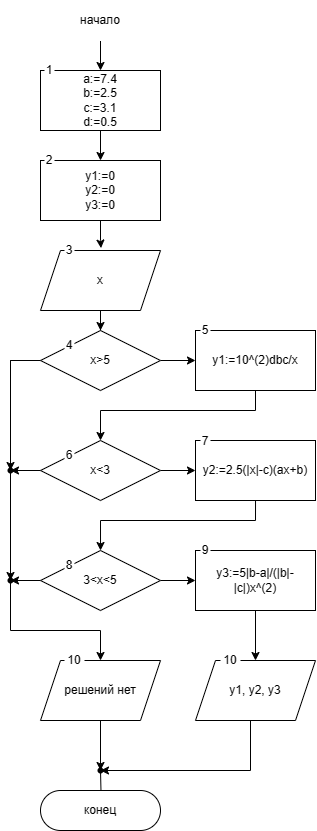
Earlier version of the draw.io export Диаграмма без названия.drawio.png (H33MP/rsue). Source tidied: cells renumbered, new cells last; positions are measured from the earlier drawing's top-left corner, leaving out a move shared by most shapes.
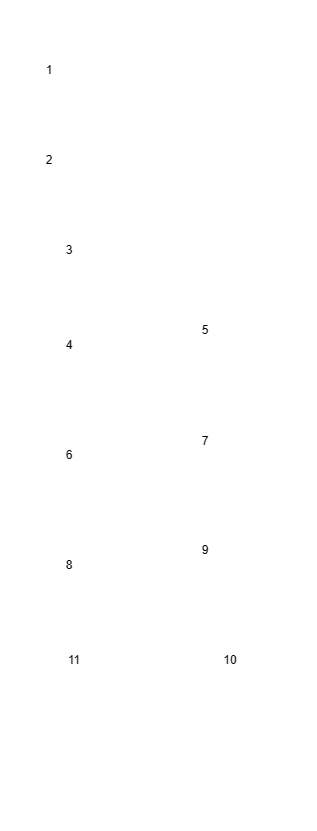
Above is the later version.

What changed in the source:
```diff
@@ -2,28 +2,28 @@
   <root>
     <mxCell id="0" />
     <mxCell id="1" parent="0" />
-    <mxCell id="2" style="edgeStyle=orthogonalEdgeStyle;rounded=0;jettySize=auto;html=1;" parent="1" edge="1" source="3" target="5">
+    <mxCell id="2" style="edgeStyle=orthogonalEdgeStyle;rounded=0;jettySize=auto;html=1;strokeColor=#FFFFFF;" parent="1" edge="1" source="3" target="5">
       <mxGeometry relative="1" as="geometry" />
     </mxCell>
-    <mxCell id="3" value="начало" style="rounded=1;whiteSpace=wrap;html=1;arcSize=50;strokeColor=#FFFFFF;fillColor=none;" parent="1" vertex="1">
+    <mxCell id="3" value="начало" style="rounded=1;whiteSpace=wrap;html=1;arcSize=50;strokeColor=#FFFFFF;fillColor=none;fontColor=#FFFFFF;" parent="1" vertex="1">
       <mxGeometry x="40" width="120" height="40" as="geometry" />
     </mxCell>
-    <mxCell id="4" style="edgeStyle=orthogonalEdgeStyle;rounded=0;jettySize=auto;html=1;" parent="1" edge="1" source="5" target="35">
+    <mxCell id="4" style="edgeStyle=orthogonalEdgeStyle;rounded=0;jettySize=auto;html=1;strokeColor=#FFFFFF;" parent="1" edge="1" source="5" target="35">
       <mxGeometry relative="1" as="geometry" />
     </mxCell>
-    <mxCell id="5" value="&lt;font style=&quot;font-size: 12px;&quot;&gt;a:=7.4&lt;br style=&quot;&quot;&gt;b:=2.5&lt;br style=&quot;&quot;&gt;c:=3.1&lt;br style=&quot;&quot;&gt;d:=0.5&lt;/font&gt;" style="rounded=0;whiteSpace=wrap;html=1;fontSize=9;perimeterSpacing=0;shadow=0;glass=0;" parent="1" vertex="1">
+    <mxCell id="5" value="&lt;font style=&quot;font-size: 12px;&quot;&gt;a:=7.4&lt;br style=&quot;&quot;&gt;b:=2.5&lt;br style=&quot;&quot;&gt;c:=3.1&lt;br style=&quot;&quot;&gt;d:=0.5&lt;/font&gt;" style="rounded=0;whiteSpace=wrap;html=1;fontSize=9;perimeterSpacing=0;shadow=0;glass=0;strokeColor=#FFFFFF;fillColor=none;fontColor=#FFFFFF;" parent="1" vertex="1">
       <mxGeometry x="40" y="70" width="120" height="60" as="geometry" />
     </mxCell>
-    <mxCell id="6" style="edgeStyle=orthogonalEdgeStyle;rounded=0;jettySize=auto;html=1;" parent="1" edge="1" source="7" target="10">
+    <mxCell id="6" style="edgeStyle=orthogonalEdgeStyle;rounded=0;jettySize=auto;html=1;strokeColor=#FFFFFF;" parent="1" edge="1" source="7" target="10">
       <mxGeometry relative="1" as="geometry" />
     </mxCell>
-    <mxCell id="7" value="x" style="shape=parallelogram;perimeter=parallelogramPerimeter;whiteSpace=wrap;html=1;fixedSize=1;" parent="1" vertex="1">
+    <mxCell id="7" value="x" style="shape=parallelogram;perimeter=parallelogramPerimeter;whiteSpace=wrap;html=1;fixedSize=1;strokeColor=#FFFFFF;fillColor=none;fontColor=#FFFFFF;" parent="1" vertex="1">
       <mxGeometry x="40" y="250" width="120" height="60" as="geometry" />
     </mxCell>
-    <mxCell id="8" style="edgeStyle=orthogonalEdgeStyle;rounded=0;jettySize=auto;html=1;" parent="1" edge="1" source="10" target="12">
+    <mxCell id="8" style="edgeStyle=orthogonalEdgeStyle;rounded=0;jettySize=auto;html=1;strokeColor=#FFFFFF;" parent="1" edge="1" source="10" target="12">
       <mxGeometry relative="1" as="geometry" />
     </mxCell>
-    <mxCell id="9" style="edgeStyle=orthogonalEdgeStyle;rounded=0;jettySize=auto;html=1;entryX=0.5;entryY=0;entryDx=0;entryDy=0;" parent="1" edge="1" source="30" target="26">
+    <mxCell id="9" style="edgeStyle=orthogonalEdgeStyle;rounded=0;jettySize=auto;html=1;entryX=0.5;entryY=0;entryDx=0;entryDy=0;strokeColor=#FFFFFF;" parent="1" edge="1" source="30" target="26">
       <mxGeometry relative="1" as="geometry">
         <Array as="points">
           <mxPoint x="10" y="360" />
@@ -32,10 +32,10 @@
         </Array>
       </mxGeometry>
     </mxCell>
-    <mxCell id="10" value="x&amp;gt;5" style="rhombus;whiteSpace=wrap;html=1;" parent="1" vertex="1">
+    <mxCell id="10" value="x&amp;gt;5" style="rhombus;whiteSpace=wrap;html=1;strokeColor=#FFFFFF;fillColor=none;fontColor=#FFFFFF;" parent="1" vertex="1">
       <mxGeometry x="40" y="330" width="120" height="60" as="geometry" />
     </mxCell>
-    <mxCell id="11" style="edgeStyle=orthogonalEdgeStyle;rounded=0;jettySize=auto;html=1;entryX=0.5;entryY=0;entryDx=0;entryDy=0;" parent="1" edge="1" source="12" target="15">
+    <mxCell id="11" style="edgeStyle=orthogonalEdgeStyle;rounded=0;jettySize=auto;html=1;entryX=0.5;entryY=0;entryDx=0;entryDy=0;strokeColor=#FFFFFF;" parent="1" edge="1" source="12" target="15">
       <mxGeometry relative="1" as="geometry">
         <Array as="points">
           <mxPoint x="255" y="410" />
@@ -43,37 +43,37 @@
         </Array>
       </mxGeometry>
     </mxCell>
-    <mxCell id="12" value="y1:=10^(2)dbc/x" style="rounded=0;whiteSpace=wrap;html=1;" parent="1" vertex="1">
+    <mxCell id="12" value="y1:=10^(2)dbc/x" style="rounded=0;whiteSpace=wrap;html=1;strokeColor=#FFFFFF;fillColor=none;fontColor=#FFFFFF;" parent="1" vertex="1">
       <mxGeometry x="195" y="330" width="120" height="60" as="geometry" />
     </mxCell>
-    <mxCell id="13" style="edgeStyle=orthogonalEdgeStyle;rounded=0;jettySize=auto;html=1;" parent="1" edge="1" source="15" target="16">
+    <mxCell id="13" style="edgeStyle=orthogonalEdgeStyle;rounded=0;jettySize=auto;html=1;strokeColor=#FFFFFF;" parent="1" edge="1" source="15" target="16">
       <mxGeometry relative="1" as="geometry" />
     </mxCell>
-    <mxCell id="14" style="edgeStyle=orthogonalEdgeStyle;rounded=0;jettySize=auto;html=1;" parent="1" edge="1" source="15" target="28">
+    <mxCell id="14" style="edgeStyle=orthogonalEdgeStyle;rounded=0;jettySize=auto;html=1;strokeColor=#FFFFFF;" parent="1" edge="1" source="15" target="28">
       <mxGeometry relative="1" as="geometry" />
     </mxCell>
-    <mxCell id="15" value="x&amp;lt;3" style="rhombus;whiteSpace=wrap;html=1;" parent="1" vertex="1">
+    <mxCell id="15" value="x&amp;lt;3" style="rhombus;whiteSpace=wrap;html=1;strokeColor=#FFFFFF;fillColor=none;fontColor=#FFFFFF;" parent="1" vertex="1">
       <mxGeometry x="40" y="440" width="120" height="60" as="geometry" />
     </mxCell>
-    <mxCell id="16" value="y2:=2.5(|x|-c)(ax+b)" style="rounded=0;whiteSpace=wrap;html=1;" parent="1" vertex="1">
+    <mxCell id="16" value="y2:=2.5(|x|-c)(ax+b)" style="rounded=0;whiteSpace=wrap;html=1;strokeColor=#FFFFFF;fillColor=none;fontColor=#FFFFFF;" parent="1" vertex="1">
       <mxGeometry x="195" y="440" width="120" height="60" as="geometry" />
     </mxCell>
-    <mxCell id="17" style="edgeStyle=orthogonalEdgeStyle;rounded=0;jettySize=auto;html=1;" parent="1" edge="1" source="19" target="21">
+    <mxCell id="17" style="edgeStyle=orthogonalEdgeStyle;rounded=0;jettySize=auto;html=1;strokeColor=#FFFFFF;" parent="1" edge="1" source="19" target="21">
       <mxGeometry relative="1" as="geometry" />
     </mxCell>
-    <mxCell id="18" style="edgeStyle=orthogonalEdgeStyle;rounded=0;jettySize=auto;html=1;" parent="1" edge="1" source="19" target="30">
+    <mxCell id="18" style="edgeStyle=orthogonalEdgeStyle;rounded=0;jettySize=auto;html=1;strokeColor=#FFFFFF;" parent="1" edge="1" source="19" target="30">
       <mxGeometry relative="1" as="geometry" />
     </mxCell>
-    <mxCell id="19" value="3&amp;lt;x&amp;lt;5" style="rhombus;whiteSpace=wrap;html=1;" parent="1" vertex="1">
+    <mxCell id="19" value="3&amp;lt;x&amp;lt;5" style="rhombus;whiteSpace=wrap;html=1;strokeColor=#FFFFFF;fillColor=none;fontColor=#FFFFFF;" parent="1" vertex="1">
       <mxGeometry x="40" y="550" width="120" height="60" as="geometry" />
     </mxCell>
-    <mxCell id="20" style="edgeStyle=orthogonalEdgeStyle;rounded=0;jettySize=auto;html=1;" parent="1" edge="1" source="21" target="24">
+    <mxCell id="20" style="edgeStyle=orthogonalEdgeStyle;rounded=0;jettySize=auto;html=1;strokeColor=#FFFFFF;" parent="1" edge="1" source="21" target="24">
       <mxGeometry relative="1" as="geometry" />
     </mxCell>
-    <mxCell id="21" value="y3:=5|b-a|/(|b|-|c|)x^(2)" style="rounded=0;whiteSpace=wrap;html=1;" parent="1" vertex="1">
+    <mxCell id="21" value="y3:=5|b-a|/(|b|-|c|)x^(2)" style="rounded=0;whiteSpace=wrap;html=1;strokeColor=#FFFFFF;fillColor=none;fontColor=#FFFFFF;" parent="1" vertex="1">
       <mxGeometry x="195" y="550" width="120" height="60" as="geometry" />
     </mxCell>
-    <mxCell id="22" style="edgeStyle=orthogonalEdgeStyle;rounded=0;orthogonalLoop=1;jettySize=auto;html=1;entryX=0.5;entryY=0;entryDx=0;entryDy=0;" parent="1" edge="1">
+    <mxCell id="22" style="edgeStyle=orthogonalEdgeStyle;rounded=0;orthogonalLoop=1;jettySize=auto;html=1;entryX=0.5;entryY=0;entryDx=0;entryDy=0;strokeColor=#FFFFFF;" parent="1" edge="1">
       <mxGeometry relative="1" as="geometry">
         <mxPoint x="255" y="500" as="sourcePoint" />
         <mxPoint x="100" y="550" as="targetPoint" />
@@ -83,88 +83,88 @@
         </Array>
       </mxGeometry>
     </mxCell>
-    <mxCell id="23" style="edgeStyle=orthogonalEdgeStyle;rounded=0;jettySize=auto;html=1;" parent="1" edge="1" source="24" target="33">
+    <mxCell id="23" style="edgeStyle=orthogonalEdgeStyle;rounded=0;jettySize=auto;html=1;strokeColor=#FFFFFF;" parent="1" edge="1" source="24" target="33">
       <mxGeometry relative="1" as="geometry">
         <Array as="points">
           <mxPoint x="250" y="770" />
         </Array>
       </mxGeometry>
     </mxCell>
-    <mxCell id="24" value="y1, y2, y3" style="shape=parallelogram;perimeter=parallelogramPerimeter;whiteSpace=wrap;html=1;fixedSize=1;" parent="1" vertex="1">
+    <mxCell id="24" value="y1, y2, y3" style="shape=parallelogram;perimeter=parallelogramPerimeter;whiteSpace=wrap;html=1;fixedSize=1;strokeColor=#FFFFFF;fillColor=none;fontColor=#FFFFFF;" parent="1" vertex="1">
       <mxGeometry x="195" y="660" width="120" height="60" as="geometry" />
     </mxCell>
-    <mxCell id="25" style="edgeStyle=orthogonalEdgeStyle;rounded=0;jettySize=auto;html=1;" parent="1" edge="1" target="31">
+    <mxCell id="25" style="edgeStyle=orthogonalEdgeStyle;rounded=0;jettySize=auto;html=1;strokeColor=#FFFFFF;" parent="1" edge="1" target="31">
       <mxGeometry relative="1" as="geometry">
         <mxPoint x="100" y="770" as="sourcePoint" />
       </mxGeometry>
     </mxCell>
-    <mxCell id="26" value="решений нет" style="shape=parallelogram;perimeter=parallelogramPerimeter;whiteSpace=wrap;html=1;fixedSize=1;" parent="1" vertex="1">
+    <mxCell id="26" value="решений нет" style="shape=parallelogram;perimeter=parallelogramPerimeter;whiteSpace=wrap;html=1;fixedSize=1;strokeColor=#FFFFFF;fillColor=none;fontColor=#FFFFFF;" parent="1" vertex="1">
       <mxGeometry x="40" y="660" width="120" height="60" as="geometry" />
     </mxCell>
-    <mxCell id="27" style="edgeStyle=orthogonalEdgeStyle;rounded=0;jettySize=auto;html=1;entryDx=0;entryDy=0;" parent="1" edge="1" source="10" target="28">
+    <mxCell id="27" style="edgeStyle=orthogonalEdgeStyle;rounded=0;jettySize=auto;html=1;entryDx=0;entryDy=0;strokeColor=#FFFFFF;" parent="1" edge="1" source="10" target="28">
       <mxGeometry relative="1" as="geometry" />
     </mxCell>
-    <mxCell id="28" style="shape=waypoint;sketch=0;size=6;points=[];fillColor=default;perimeter=centerPerimeter;snapToPoint=1;" parent="1" vertex="1">
+    <mxCell id="28" style="shape=waypoint;sketch=0;size=6;points=[];fillColor=default;perimeter=centerPerimeter;snapToPoint=1;strokeColor=#FFFFFF;" parent="1" vertex="1">
       <mxGeometry y="460" width="20" height="20" as="geometry" />
     </mxCell>
-    <mxCell id="29" style="edgeStyle=orthogonalEdgeStyle;rounded=0;jettySize=auto;html=1;entryDx=0;entryDy=0;" parent="1" edge="1" source="28" target="30">
+    <mxCell id="29" style="edgeStyle=orthogonalEdgeStyle;rounded=0;jettySize=auto;html=1;entryDx=0;entryDy=0;strokeColor=#FFFFFF;" parent="1" edge="1" source="28" target="30">
       <mxGeometry relative="1" as="geometry" />
     </mxCell>
-    <mxCell id="30" style="shape=waypoint;sketch=0;size=6;points=[];fillColor=default;perimeter=centerPerimeter;snapToPoint=1;" parent="1" vertex="1">
+    <mxCell id="30" style="shape=waypoint;sketch=0;size=6;points=[];fillColor=default;perimeter=centerPerimeter;snapToPoint=1;strokeColor=#FFFFFF;" parent="1" vertex="1">
       <mxGeometry y="570" width="20" height="20" as="geometry" />
     </mxCell>
-    <mxCell id="31" value="конец" style="rounded=1;whiteSpace=wrap;html=1;arcSize=50;" parent="1" vertex="1">
+    <mxCell id="31" value="конец" style="rounded=1;whiteSpace=wrap;html=1;arcSize=50;strokeColor=#FFFFFF;fillColor=none;fontColor=#FFFFFF;" parent="1" vertex="1">
       <mxGeometry x="40" y="790" width="120" height="40" as="geometry" />
     </mxCell>
-    <mxCell id="32" style="edgeStyle=orthogonalEdgeStyle;rounded=0;orthogonalLoop=1;jettySize=auto;html=1;exitX=0.539;exitY=-0.108;exitDx=0;exitDy=0;exitPerimeter=0;" parent="1" edge="1">
+    <mxCell id="32" style="edgeStyle=orthogonalEdgeStyle;rounded=0;orthogonalLoop=1;jettySize=auto;html=1;exitX=0.539;exitY=-0.108;exitDx=0;exitDy=0;exitPerimeter=0;strokeColor=#FFFFFF;" parent="1" edge="1">
       <mxGeometry relative="1" as="geometry">
         <mxPoint x="100" y="770" as="sourcePoint" />
         <mxPoint x="100" y="770" as="targetPoint" />
       </mxGeometry>
     </mxCell>
-    <mxCell id="33" style="shape=waypoint;sketch=0;size=6;points=[];fillColor=default;perimeter=centerPerimeter;snapToPoint=1;" parent="1" vertex="1">
+    <mxCell id="33" style="shape=waypoint;sketch=0;size=6;points=[];fillColor=default;perimeter=centerPerimeter;snapToPoint=1;strokeColor=#FFFFFF;" parent="1" vertex="1">
       <mxGeometry x="90" y="760" width="20" height="20" as="geometry" />
     </mxCell>
-    <mxCell id="34" style="edgeStyle=orthogonalEdgeStyle;rounded=0;jettySize=auto;html=1;entryX=0.582;entryY=0.125;entryDx=0;entryDy=0;entryPerimeter=0;" parent="1" edge="1" source="26" target="33">
+    <mxCell id="34" style="edgeStyle=orthogonalEdgeStyle;rounded=0;jettySize=auto;html=1;entryX=0.582;entryY=0.125;entryDx=0;entryDy=0;entryPerimeter=0;strokeColor=#FFFFFF;" parent="1" edge="1" source="26" target="33">
       <mxGeometry relative="1" as="geometry" />
     </mxCell>
-    <mxCell id="35" value="y1:=0&lt;br&gt;y2:=0&lt;br&gt;y3:=0" style="rounded=0;whiteSpace=wrap;html=1;" parent="1" vertex="1">
+    <mxCell id="35" value="y1:=0&lt;br&gt;y2:=0&lt;br&gt;y3:=0" style="rounded=0;whiteSpace=wrap;html=1;strokeColor=#FFFFFF;fillColor=none;fontColor=#FFFFFF;" parent="1" vertex="1">
       <mxGeometry x="40" y="160" width="120" height="60" as="geometry" />
     </mxCell>
-    <mxCell id="36" style="edgeStyle=orthogonalEdgeStyle;rounded=0;jettySize=auto;html=1;entryX=0.504;entryY=-0.04;entryDx=0;entryDy=0;entryPerimeter=0;" parent="1" edge="1" source="35" target="7">
+    <mxCell id="36" style="edgeStyle=orthogonalEdgeStyle;rounded=0;jettySize=auto;html=1;entryX=0.504;entryY=-0.04;entryDx=0;entryDy=0;entryPerimeter=0;strokeColor=#FFFFFF;" parent="1" edge="1" source="35" target="7">
       <mxGeometry relative="1" as="geometry" />
     </mxCell>
-    <mxCell id="37" value="1" style="text;html=1;strokeColor=none;fillColor=default;align=center;verticalAlign=middle;whiteSpace=wrap;rounded=0;" parent="1" vertex="1">
+    <mxCell id="37" value="1" style="text;html=1;strokeColor=#FFFFFF;fillColor=default;align=center;verticalAlign=middle;whiteSpace=wrap;rounded=0;" parent="1" vertex="1">
       <mxGeometry x="44" y="65" width="10" height="10" as="geometry" />
     </mxCell>
-    <mxCell id="38" value="2" style="text;html=1;strokeColor=none;fillColor=default;align=center;verticalAlign=middle;whiteSpace=wrap;rounded=0;" parent="1" vertex="1">
+    <mxCell id="38" value="2" style="text;html=1;strokeColor=#FFFFFF;fillColor=default;align=center;verticalAlign=middle;whiteSpace=wrap;rounded=0;" parent="1" vertex="1">
       <mxGeometry x="44" y="155" width="10" height="10" as="geometry" />
     </mxCell>
-    <mxCell id="39" value="3" style="text;html=1;strokeColor=none;fillColor=default;align=center;verticalAlign=middle;whiteSpace=wrap;rounded=0;" parent="1" vertex="1">
+    <mxCell id="39" value="3" style="text;html=1;strokeColor=#FFFFFF;fillColor=default;align=center;verticalAlign=middle;whiteSpace=wrap;rounded=0;" parent="1" vertex="1">
       <mxGeometry x="64" y="245" width="10" height="10" as="geometry" />
     </mxCell>
-    <mxCell id="40" value="4" style="text;html=1;strokeColor=none;fillColor=default;align=center;verticalAlign=middle;whiteSpace=wrap;rounded=0;" parent="1" vertex="1">
+    <mxCell id="40" value="4" style="text;html=1;strokeColor=#FFFFFF;fillColor=default;align=center;verticalAlign=middle;whiteSpace=wrap;rounded=0;" parent="1" vertex="1">
       <mxGeometry x="64" y="340" width="10" height="10" as="geometry" />
     </mxCell>
-    <mxCell id="41" value="5" style="text;html=1;strokeColor=none;fillColor=default;align=center;verticalAlign=middle;whiteSpace=wrap;rounded=0;" parent="1" vertex="1">
+    <mxCell id="41" value="5" style="text;html=1;strokeColor=#FFFFFF;fillColor=default;align=center;verticalAlign=middle;whiteSpace=wrap;rounded=0;" parent="1" vertex="1">
       <mxGeometry x="200" y="325" width="10" height="10" as="geometry" />
     </mxCell>
-    <mxCell id="42" value="7" style="text;html=1;strokeColor=none;fillColor=default;align=center;verticalAlign=middle;whiteSpace=wrap;rounded=0;" parent="1" vertex="1">
+    <mxCell id="42" value="7" style="text;html=1;strokeColor=#FFFFFF;fillColor=default;align=center;verticalAlign=middle;whiteSpace=wrap;rounded=0;" parent="1" vertex="1">
       <mxGeometry x="200" y="436" width="10" height="10" as="geometry" />
     </mxCell>
-    <mxCell id="43" value="6" style="text;html=1;strokeColor=none;fillColor=default;align=center;verticalAlign=middle;whiteSpace=wrap;rounded=0;" parent="1" vertex="1">
+    <mxCell id="43" value="6" style="text;html=1;strokeColor=#FFFFFF;fillColor=default;align=center;verticalAlign=middle;whiteSpace=wrap;rounded=0;" parent="1" vertex="1">
       <mxGeometry x="64" y="450" width="10" height="10" as="geometry" />
     </mxCell>
-    <mxCell id="44" value="8" style="text;html=1;strokeColor=none;fillColor=default;align=center;verticalAlign=middle;whiteSpace=wrap;rounded=0;" parent="1" vertex="1">
+    <mxCell id="44" value="8" style="text;html=1;strokeColor=#FFFFFF;fillColor=default;align=center;verticalAlign=middle;whiteSpace=wrap;rounded=0;" parent="1" vertex="1">
       <mxGeometry x="64" y="560" width="10" height="10" as="geometry" />
     </mxCell>
-    <mxCell id="45" value="9" style="text;html=1;strokeColor=none;fillColor=default;align=center;verticalAlign=middle;whiteSpace=wrap;rounded=0;" parent="1" vertex="1">
+    <mxCell id="45" value="9" style="text;html=1;strokeColor=#FFFFFF;fillColor=default;align=center;verticalAlign=middle;whiteSpace=wrap;rounded=0;" parent="1" vertex="1">
       <mxGeometry x="200" y="545" width="10" height="10" as="geometry" />
     </mxCell>
-    <mxCell id="46" value="10" style="text;html=1;strokeColor=none;fillColor=default;align=center;verticalAlign=middle;whiteSpace=wrap;rounded=0;" parent="1" vertex="1">
+    <mxCell id="46" value="10" style="text;html=1;strokeColor=#FFFFFF;fillColor=default;align=center;verticalAlign=middle;whiteSpace=wrap;rounded=0;" parent="1" vertex="1">
       <mxGeometry x="220" y="655" width="20" height="10" as="geometry" />
     </mxCell>
-    <mxCell id="47" value="10" style="text;html=1;strokeColor=none;fillColor=default;align=center;verticalAlign=middle;whiteSpace=wrap;rounded=0;" parent="1" vertex="1">
+    <mxCell id="47" value="11" style="text;html=1;strokeColor=#FFFFFF;fillColor=default;align=center;verticalAlign=middle;whiteSpace=wrap;rounded=0;" parent="1" vertex="1">
       <mxGeometry x="64" y="655" width="20" height="10" as="geometry" />
     </mxCell>
   </root>
```
